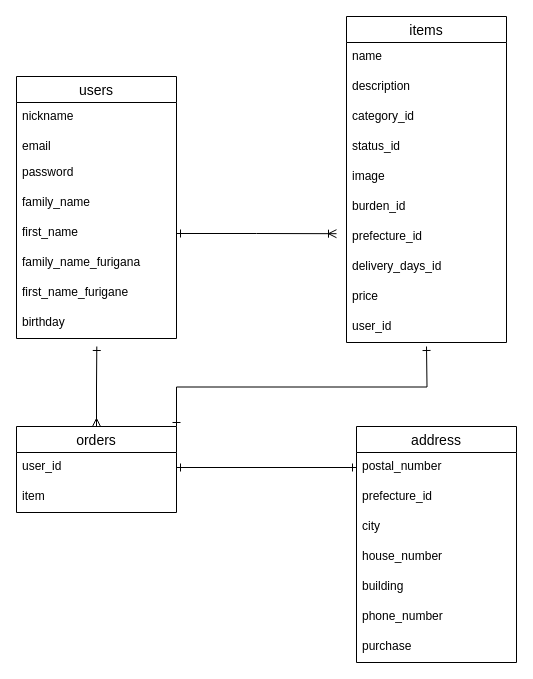
The draw.io diagram entity.dio in ya-3mameo/furima-30433, before the edit. Source tidied: cells renumbered, new cells numbered last; positions are measured from the earlier drawing's top-left corner, leaving out a move shared by most shapes. Both pictures are drawn from the tidied source at 100%, with x=0, y=0 at pixel (16, 16).
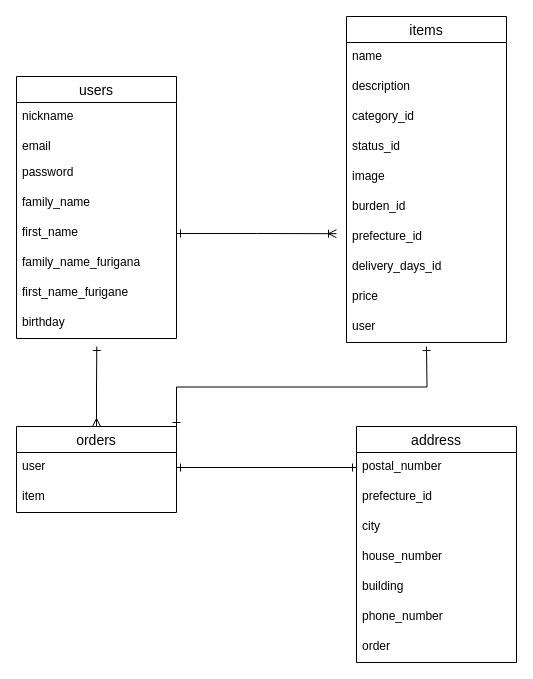
The same diagram, later.

Commit message (it also covers changes not shown here):
DB設計の修正

Unchanged cells that the change refers to:
```xml
<mxCell id="13" value="orders" style="swimlane;fontStyle=0;horizontal=1;startSize=26;align=center;fontSize=14;" parent="1" vertex="1">
  <mxGeometry y="410" width="160" height="86" as="geometry" />
</mxCell>
<mxCell id="16" value="address" style="swimlane;fontStyle=0;horizontal=1;startSize=26;align=center;fontSize=14;" parent="1" vertex="1">
  <mxGeometry x="340" y="410" width="160" height="236" as="geometry" />
</mxCell>
<mxCell id="26" value="items" style="swimlane;fontStyle=0;horizontal=1;startSize=26;align=center;fontSize=14;" parent="1" vertex="1">
  <mxGeometry x="330" width="160" height="326" as="geometry" />
</mxCell>
```

Change to the diagram source:
```diff
@@
-    <mxCell id="14" value="user_id" style="text;strokeColor=none;fillColor=none;spacingLeft=4;spacingRight=4;overflow=hidden;points=[[0,0.5],[1,0.5]];portConstraint=eastwest;fontSize=12;" parent="13" vertex="1">
+    <mxCell id="14" value="user" style="text;strokeColor=none;fillColor=none;spacingLeft=4;spacingRight=4;overflow=hidden;points=[[0,0.5],[1,0.5]];portConstraint=eastwest;fontSize=12;" parent="13" vertex="1">
       <mxGeometry y="26" width="160" height="30" as="geometry" />
     </mxCell>
@@
-    <mxCell id="23" value="purchase" style="text;strokeColor=none;fillColor=none;spacingLeft=4;spacingRight=4;overflow=hidden;fontSize=12;" parent="16" vertex="1">
+    <mxCell id="23" value="order" style="text;strokeColor=none;fillColor=none;spacingLeft=4;spacingRight=4;overflow=hidden;fontSize=12;" parent="16" vertex="1">
       <mxGeometry y="206" width="160" height="30" as="geometry" />
     </mxCell>
@@
-    <mxCell id="36" value="user_id" style="text;strokeColor=none;fillColor=none;spacingLeft=4;spacingRight=4;overflow=hidden;fontSize=12;" parent="26" vertex="1">
+    <mxCell id="36" value="user" style="text;strokeColor=none;fillColor=none;spacingLeft=4;spacingRight=4;overflow=hidden;fontSize=12;" parent="26" vertex="1">
       <mxGeometry y="296" width="160" height="30" as="geometry" />
     </mxCell>
```
